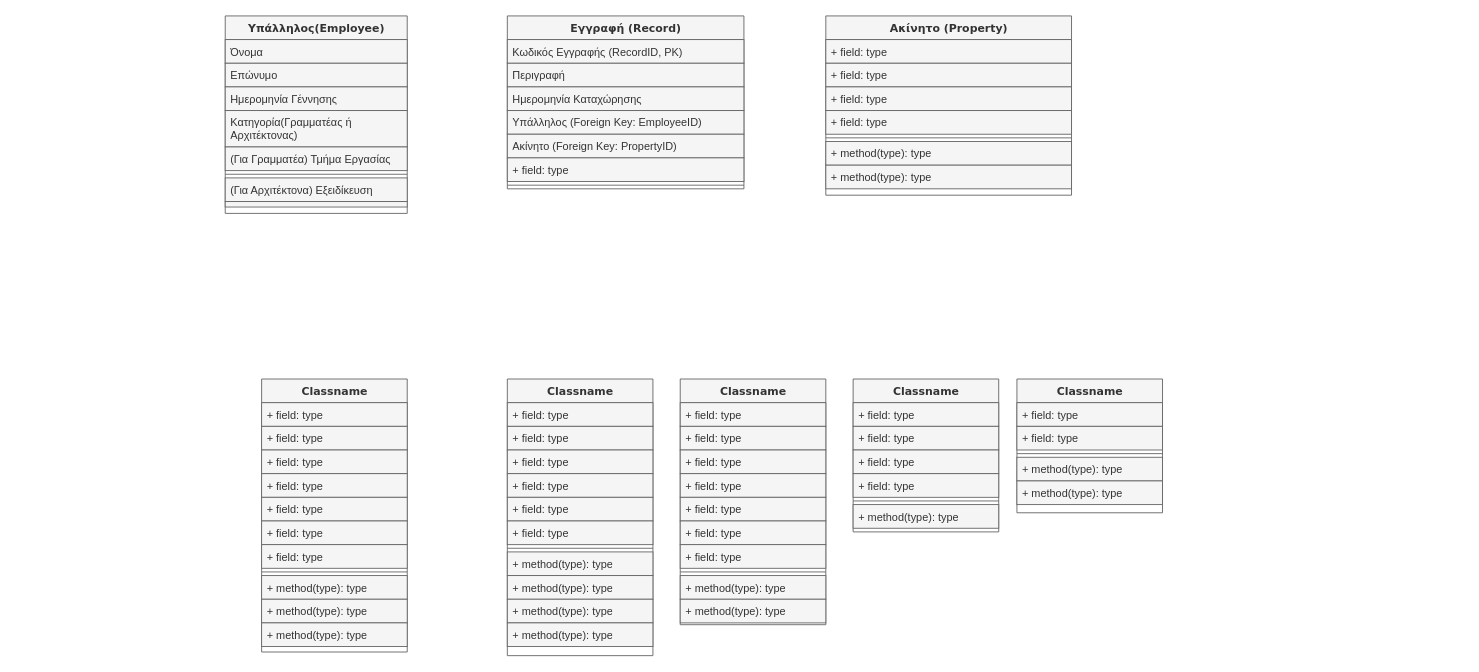
Above: CN5000 – Βάσεις Δεδομένων.drawio in Arxonus/Programms (draw.io), before the change. Source tidied: cells renumbered, new cells numbered last; positions are measured from the earlier drawing's top-left corner, leaving out a move shared by most shapes. Both pictures are drawn from the tidied source at 91%, with x=0, y=0 at pixel (225, 15).
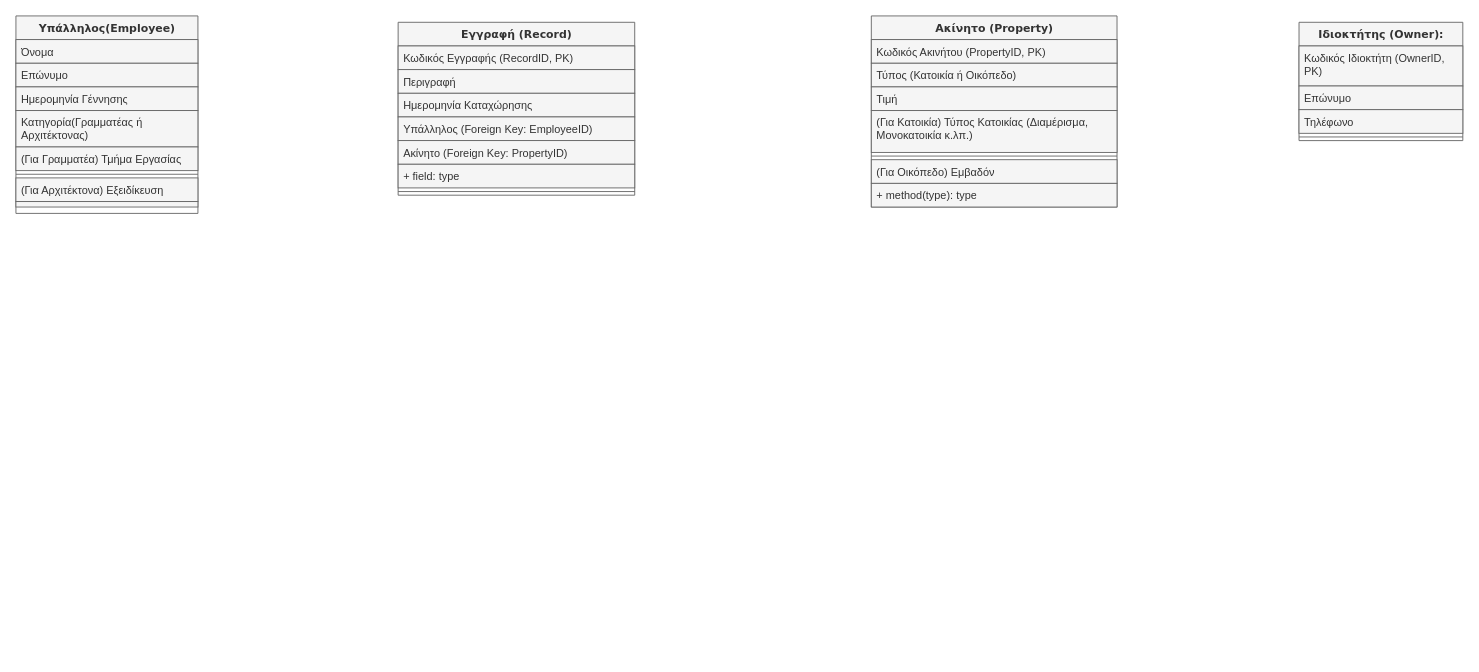
The same diagram, later.

Change to the diagram source:
```diff
@@
     <mxCell id="2" value="Υπάλληλος(Employee)" style="swimlane;html=1;fontStyle=1;align=center;verticalAlign=top;horizontal=1;startSize=26;swimlaneFillColor=#ffffff;rounded=0;shadow=0;comic=0;labelBackgroundColor=none;strokeWidth=1;fillColor=#f5f5f5;fontFamily=Verdana;fontSize=12;fontColor=#333333;strokeColor=#666666;" parent="1" vertex="1">
-      <mxGeometry width="200" height="217" as="geometry" />
+      <mxGeometry x="-230" width="200" height="217" as="geometry" />
     </mxCell>
@@
     <mxCell id="11" value="Εγγραφή (Record)" style="swimlane;html=1;fontStyle=1;align=center;verticalAlign=top;horizontal=1;startSize=26;swimlaneFillColor=#ffffff;rounded=0;shadow=0;comic=0;labelBackgroundColor=none;strokeWidth=1;fillColor=#f5f5f5;fontFamily=Verdana;fontSize=12;fontColor=#333333;strokeColor=#666666;" parent="1" vertex="1">
-      <mxGeometry x="310" width="260" height="190" as="geometry" />
+      <mxGeometry x="190" y="7" width="260" height="190" as="geometry" />
     </mxCell>
@@
     <mxCell id="19" value="Ακίνητο (Property)" style="swimlane;html=1;fontStyle=1;align=center;verticalAlign=top;horizontal=1;startSize=26;swimlaneFillColor=#ffffff;rounded=0;shadow=0;comic=0;labelBackgroundColor=none;strokeWidth=1;fillColor=#f5f5f5;fontFamily=Verdana;fontSize=12;fontColor=#333333;strokeColor=#666666;" parent="1" vertex="1">
-      <mxGeometry x="660" width="270" height="197" as="geometry" />
+      <mxGeometry x="710" width="270" height="210" as="geometry" />
     </mxCell>
-    <mxCell id="20" value="+ field: type" style="text;html=1;strokeColor=#666666;fillColor=#f5f5f5;align=left;verticalAlign=top;spacingLeft=4;spacingRight=4;whiteSpace=wrap;overflow=hidden;fontColor=#333333;" parent="19" vertex="1">
+    <mxCell id="20" value="Κωδικός Ακινήτου (PropertyID, PK)" style="text;html=1;strokeColor=#666666;fillColor=#f5f5f5;align=left;verticalAlign=top;spacingLeft=4;spacingRight=4;whiteSpace=wrap;overflow=hidden;fontColor=#333333;" parent="19" vertex="1">
       <mxGeometry y="26" width="270" height="26" as="geometry" />
     </mxCell>
-    <mxCell id="21" value="+ field: type" style="text;html=1;strokeColor=#666666;fillColor=#f5f5f5;align=left;verticalAlign=top;spacingLeft=4;spacingRight=4;whiteSpace=wrap;overflow=hidden;fontColor=#333333;" parent="19" vertex="1">
+    <mxCell id="21" value="Τύπος (Κατοικία ή Οικόπεδο)" style="text;html=1;strokeColor=#666666;fillColor=#f5f5f5;align=left;verticalAlign=top;spacingLeft=4;spacingRight=4;whiteSpace=wrap;overflow=hidden;fontColor=#333333;" parent="19" vertex="1">
       <mxGeometry y="52" width="270" height="26" as="geometry" />
     </mxCell>
-    <mxCell id="22" value="+ field: type" style="text;html=1;strokeColor=#666666;fillColor=#f5f5f5;align=left;verticalAlign=top;spacingLeft=4;spacingRight=4;whiteSpace=wrap;overflow=hidden;fontColor=#333333;" parent="19" vertex="1">
+    <mxCell id="22" value="Τιμή" style="text;html=1;strokeColor=#666666;fillColor=#f5f5f5;align=left;verticalAlign=top;spacingLeft=4;spacingRight=4;whiteSpace=wrap;overflow=hidden;fontColor=#333333;" parent="19" vertex="1">
       <mxGeometry y="78" width="270" height="26" as="geometry" />
     </mxCell>
-    <mxCell id="23" value="+ field: type" style="text;html=1;strokeColor=#666666;fillColor=#f5f5f5;align=left;verticalAlign=top;spacingLeft=4;spacingRight=4;whiteSpace=wrap;overflow=hidden;fontColor=#333333;" parent="19" vertex="1">
-      <mxGeometry y="104" width="270" height="26" as="geometry" />
+    <mxCell id="23" value="(Για Κατοικία) Τύπος Κατοικίας (Διαμέρισμα, Μονοκατοικία κ.λπ.)" style="text;html=1;strokeColor=#666666;fillColor=#f5f5f5;align=left;verticalAlign=top;spacingLeft=4;spacingRight=4;whiteSpace=wrap;overflow=hidden;fontColor=#333333;" parent="19" vertex="1">
+      <mxGeometry y="104" width="270" height="46" as="geometry" />
     </mxCell>
     <mxCell id="24" style="line;html=1;strokeWidth=1;fillColor=#f5f5f5;align=left;verticalAlign=middle;spacingTop=-1;spacingLeft=3;spacingRight=3;labelPosition=right;fontColor=#333333;strokeColor=#666666;" parent="19" vertex="1">
-      <mxGeometry y="130" width="270" height="8" as="geometry" />
+      <mxGeometry y="150" width="270" height="8" as="geometry" />
     </mxCell>
-    <mxCell id="25" value="+ method(type): type" style="text;html=1;strokeColor=#666666;fillColor=#f5f5f5;align=left;verticalAlign=top;spacingLeft=4;spacingRight=4;whiteSpace=wrap;overflow=hidden;fontColor=#333333;" parent="19" vertex="1">
-      <mxGeometry y="138" width="270" height="26" as="geometry" />
+    <mxCell id="25" value="(Για Οικόπεδο) Εμβαδόν" style="text;html=1;strokeColor=#666666;fillColor=#f5f5f5;align=left;verticalAlign=top;spacingLeft=4;spacingRight=4;whiteSpace=wrap;overflow=hidden;fontColor=#333333;" parent="19" vertex="1">
+      <mxGeometry y="158" width="270" height="26" as="geometry" />
     </mxCell>
     <mxCell id="26" value="+ method(type): type" style="text;html=1;strokeColor=#666666;fillColor=#f5f5f5;align=left;verticalAlign=top;spacingLeft=4;spacingRight=4;whiteSpace=wrap;overflow=hidden;fontColor=#333333;" parent="19" vertex="1">
-      <mxGeometry y="164" width="270" height="26" as="geometry" />
+      <mxGeometry y="184" width="270" height="26" as="geometry" />
     </mxCell>
-    <mxCell id="27" value="Classname" style="swimlane;html=1;fontStyle=1;align=center;verticalAlign=top;horizontal=1;startSize=26;swimlaneFillColor=#ffffff;rounded=0;shadow=0;comic=0;labelBackgroundColor=none;strokeWidth=1;fillColor=#f5f5f5;fontFamily=Verdana;fontSize=12;fontColor=#333333;strokeColor=#666666;" parent="1" vertex="1">
-      <mxGeometry x="40" y="399" width="160" height="300" as="geometry" />
+    <mxCell id="27" value="Ιδιοκτήτης (Owner):" style="swimlane;html=1;fontStyle=1;align=center;verticalAlign=top;horizontal=1;startSize=26;swimlaneFillColor=#ffffff;rounded=0;shadow=0;comic=0;labelBackgroundColor=none;strokeWidth=1;fillColor=#f5f5f5;fontFamily=Verdana;fontSize=12;fontColor=#333333;strokeColor=#666666;" parent="1" vertex="1">
+      <mxGeometry x="1180" y="7" width="180" height="130" as="geometry" />
     </mxCell>
-    <mxCell id="28" value="+ field: type" style="text;html=1;strokeColor=#666666;fillColor=#f5f5f5;align=left;verticalAlign=top;spacingLeft=4;spacingRight=4;whiteSpace=wrap;overflow=hidden;fontColor=#333333;" parent="27" vertex="1">
-      <mxGeometry y="26" width="160" height="26" as="geometry" />
+    <mxCell id="28" value="Κωδικός Ιδιοκτήτη (OwnerID, PK)" style="text;html=1;strokeColor=#666666;fillColor=#f5f5f5;align=left;verticalAlign=top;spacingLeft=4;spacingRight=4;whiteSpace=wrap;overflow=hidden;fontColor=#333333;" parent="27" vertex="1">
+      <mxGeometry y="26" width="180" height="44" as="geometry" />
     </mxCell>
-    <mxCell id="29" value="+ field: type" style="text;html=1;strokeColor=#666666;fillColor=#f5f5f5;align=left;verticalAlign=top;spacingLeft=4;spacingRight=4;whiteSpace=wrap;overflow=hidden;fontColor=#333333;" parent="27" vertex="1">
-      <mxGeometry y="52" width="160" height="26" as="geometry" />
+    <mxCell id="29" value="Επώνυμο" style="text;html=1;strokeColor=#666666;fillColor=#f5f5f5;align=left;verticalAlign=top;spacingLeft=4;spacingRight=4;whiteSpace=wrap;overflow=hidden;fontColor=#333333;" parent="27" vertex="1">
+      <mxGeometry y="70" width="180" height="26" as="geometry" />
     </mxCell>
-    <mxCell id="30" value="+ field: type" style="text;html=1;strokeColor=#666666;fillColor=#f5f5f5;align=left;verticalAlign=top;spacingLeft=4;spacingRight=4;whiteSpace=wrap;overflow=hidden;fontColor=#333333;" parent="27" vertex="1">
-      <mxGeometry y="78" width="160" height="26" as="geometry" />
+    <mxCell id="30" value="Τηλέφωνο" style="text;html=1;strokeColor=#666666;fillColor=#f5f5f5;align=left;verticalAlign=top;spacingLeft=4;spacingRight=4;whiteSpace=wrap;overflow=hidden;fontColor=#333333;" parent="27" vertex="1">
+      <mxGeometry y="96" width="180" height="26" as="geometry" />
     </mxCell>
-    <mxCell id="31" value="+ field: type" style="text;html=1;strokeColor=#666666;fillColor=#f5f5f5;align=left;verticalAlign=top;spacingLeft=4;spacingRight=4;whiteSpace=wrap;overflow=hidden;fontColor=#333333;" parent="27" vertex="1">
-      <mxGeometry y="104" width="160" height="26" as="geometry" />
-    </mxCell>
-    <mxCell id="32" value="+ field: type" style="text;html=1;strokeColor=#666666;fillColor=#f5f5f5;align=left;verticalAlign=top;spacingLeft=4;spacingRight=4;whiteSpace=wrap;overflow=hidden;fontColor=#333333;" parent="27" vertex="1">
-      <mxGeometry y="130" width="160" height="26" as="geometry" />
-    </mxCell>
-    <mxCell id="33" value="+ field: type" style="text;html=1;strokeColor=#666666;fillColor=#f5f5f5;align=left;verticalAlign=top;spacingLeft=4;spacingRight=4;whiteSpace=wrap;overflow=hidden;fontColor=#333333;" parent="27" vertex="1">
-      <mxGeometry y="156" width="160" height="26" as="geometry" />
-    </mxCell>
-    <mxCell id="34" value="+ field: type" style="text;html=1;strokeColor=#666666;fillColor=#f5f5f5;align=left;verticalAlign=top;spacingLeft=4;spacingRight=4;whiteSpace=wrap;overflow=hidden;fontColor=#333333;" parent="27" vertex="1">
-      <mxGeometry y="182" width="160" height="26" as="geometry" />
-    </mxCell>
     <mxCell id="35" style="line;html=1;strokeWidth=1;fillColor=#f5f5f5;align=left;verticalAlign=middle;spacingTop=-1;spacingLeft=3;spacingRight=3;labelPosition=right;fontColor=#333333;strokeColor=#666666;" parent="27" vertex="1">
-      <mxGeometry y="208" width="160" height="8" as="geometry" />
+      <mxGeometry y="122" width="180" height="8" as="geometry" />
     </mxCell>
-    <mxCell id="36" value="+ method(type): type" style="text;html=1;strokeColor=#666666;fillColor=#f5f5f5;align=left;verticalAlign=top;spacingLeft=4;spacingRight=4;whiteSpace=wrap;overflow=hidden;fontColor=#333333;" parent="27" vertex="1">
-      <mxGeometry y="216" width="160" height="26" as="geometry" />
-    </mxCell>
-    <mxCell id="37" value="+ method(type): type" style="text;html=1;strokeColor=#666666;fillColor=#f5f5f5;align=left;verticalAlign=top;spacingLeft=4;spacingRight=4;whiteSpace=wrap;overflow=hidden;fontColor=#333333;" parent="27" vertex="1">
-      <mxGeometry y="242" width="160" height="26" as="geometry" />
-    </mxCell>
-    <mxCell id="38" value="+ method(type): type" style="text;html=1;strokeColor=#666666;fillColor=#f5f5f5;align=left;verticalAlign=top;spacingLeft=4;spacingRight=4;whiteSpace=wrap;overflow=hidden;fontColor=#333333;" parent="27" vertex="1">
-      <mxGeometry y="268" width="160" height="26" as="geometry" />
-    </mxCell>
-    <mxCell id="39" value="Classname" style="swimlane;html=1;fontStyle=1;align=center;verticalAlign=top;horizontal=1;startSize=26;swimlaneFillColor=#ffffff;rounded=0;shadow=0;comic=0;labelBackgroundColor=none;strokeWidth=1;fillColor=#f5f5f5;fontFamily=Verdana;fontSize=12;fontColor=#333333;strokeColor=#666666;" parent="1" vertex="1">
-      <mxGeometry x="310" y="399" width="160" height="304" as="geometry" />
-    </mxCell>
-    <mxCell id="40" value="+ field: type" style="text;html=1;strokeColor=#666666;fillColor=#f5f5f5;align=left;verticalAlign=top;spacingLeft=4;spacingRight=4;whiteSpace=wrap;overflow=hidden;fontColor=#333333;" parent="39" vertex="1">
-      <mxGeometry y="26" width="160" height="26" as="geometry" />
-    </mxCell>
-    <mxCell id="41" value="+ field: type" style="text;html=1;strokeColor=#666666;fillColor=#f5f5f5;align=left;verticalAlign=top;spacingLeft=4;spacingRight=4;whiteSpace=wrap;overflow=hidden;fontColor=#333333;" parent="39" vertex="1">
-      <mxGeometry y="52" width="160" height="26" as="geometry" />
-    </mxCell>
-    <mxCell id="42" value="+ field: type" style="text;html=1;strokeColor=#666666;fillColor=#f5f5f5;align=left;verticalAlign=top;spacingLeft=4;spacingRight=4;whiteSpace=wrap;overflow=hidden;fontColor=#333333;" parent="39" vertex="1">
-      <mxGeometry y="78" width="160" height="26" as="geometry" />
-    </mxCell>
-    <mxCell id="43" value="+ field: type" style="text;html=1;strokeColor=#666666;fillColor=#f5f5f5;align=left;verticalAlign=top;spacingLeft=4;spacingRight=4;whiteSpace=wrap;overflow=hidden;fontColor=#333333;" parent="39" vertex="1">
-      <mxGeometry y="104" width="160" height="26" as="geometry" />
-    </mxCell>
-    <mxCell id="44" value="+ field: type" style="text;html=1;strokeColor=#666666;fillColor=#f5f5f5;align=left;verticalAlign=top;spacingLeft=4;spacingRight=4;whiteSpace=wrap;overflow=hidden;fontColor=#333333;" parent="39" vertex="1">
-      <mxGeometry y="130" width="160" height="26" as="geometry" />
-    </mxCell>
-    <mxCell id="45" value="+ field: type" style="text;html=1;strokeColor=#666666;fillColor=#f5f5f5;align=left;verticalAlign=top;spacingLeft=4;spacingRight=4;whiteSpace=wrap;overflow=hidden;fontColor=#333333;" parent="39" vertex="1">
-      <mxGeometry y="156" width="160" height="26" as="geometry" />
-    </mxCell>
-    <mxCell id="46" style="line;html=1;strokeWidth=1;fillColor=#f5f5f5;align=left;verticalAlign=middle;spacingTop=-1;spacingLeft=3;spacingRight=3;labelPosition=right;fontColor=#333333;strokeColor=#666666;" parent="39" vertex="1">
-      <mxGeometry y="182" width="160" height="8" as="geometry" />
-    </mxCell>
-    <mxCell id="47" value="+ method(type): type" style="text;html=1;strokeColor=#666666;fillColor=#f5f5f5;align=left;verticalAlign=top;spacingLeft=4;spacingRight=4;whiteSpace=wrap;overflow=hidden;fontColor=#333333;" parent="39" vertex="1">
-      <mxGeometry y="190" width="160" height="26" as="geometry" />
-    </mxCell>
-    <mxCell id="48" value="+ method(type): type" style="text;html=1;strokeColor=#666666;fillColor=#f5f5f5;align=left;verticalAlign=top;spacingLeft=4;spacingRight=4;whiteSpace=wrap;overflow=hidden;fontColor=#333333;" parent="39" vertex="1">
-      <mxGeometry y="216" width="160" height="26" as="geometry" />
-    </mxCell>
-    <mxCell id="49" value="+ method(type): type" style="text;html=1;strokeColor=#666666;fillColor=#f5f5f5;align=left;verticalAlign=top;spacingLeft=4;spacingRight=4;whiteSpace=wrap;overflow=hidden;fontColor=#333333;" parent="39" vertex="1">
-      <mxGeometry y="242" width="160" height="26" as="geometry" />
-    </mxCell>
-    <mxCell id="50" value="+ method(type): type" style="text;html=1;strokeColor=#666666;fillColor=#f5f5f5;align=left;verticalAlign=top;spacingLeft=4;spacingRight=4;whiteSpace=wrap;overflow=hidden;fontColor=#333333;" parent="39" vertex="1">
-      <mxGeometry y="268" width="160" height="26" as="geometry" />
-    </mxCell>
-    <mxCell id="51" value="Classname" style="swimlane;html=1;fontStyle=1;align=center;verticalAlign=top;horizontal=1;startSize=26;swimlaneFillColor=#ffffff;rounded=0;shadow=0;comic=0;labelBackgroundColor=none;strokeWidth=1;fillColor=#f5f5f5;fontFamily=Verdana;fontSize=12;fontColor=#333333;strokeColor=#666666;" parent="1" vertex="1">
-      <mxGeometry x="500" y="399" width="160" height="270" as="geometry" />
-    </mxCell>
-    <mxCell id="52" value="+ field: type" style="text;html=1;strokeColor=#666666;fillColor=#f5f5f5;align=left;verticalAlign=top;spacingLeft=4;spacingRight=4;whiteSpace=wrap;overflow=hidden;fontColor=#333333;" parent="51" vertex="1">
-      <mxGeometry y="26" width="160" height="26" as="geometry" />
-    </mxCell>
-    <mxCell id="53" value="+ field: type" style="text;html=1;strokeColor=#666666;fillColor=#f5f5f5;align=left;verticalAlign=top;spacingLeft=4;spacingRight=4;whiteSpace=wrap;overflow=hidden;fontColor=#333333;" parent="51" vertex="1">
-      <mxGeometry y="52" width="160" height="26" as="geometry" />
-    </mxCell>
-    <mxCell id="54" value="+ field: type" style="text;html=1;strokeColor=#666666;fillColor=#f5f5f5;align=left;verticalAlign=top;spacingLeft=4;spacingRight=4;whiteSpace=wrap;overflow=hidden;fontColor=#333333;" parent="51" vertex="1">
-      <mxGeometry y="78" width="160" height="26" as="geometry" />
-    </mxCell>
-    <mxCell id="55" value="+ field: type" style="text;html=1;strokeColor=#666666;fillColor=#f5f5f5;align=left;verticalAlign=top;spacingLeft=4;spacingRight=4;whiteSpace=wrap;overflow=hidden;fontColor=#333333;" parent="51" vertex="1">
-      <mxGeometry y="104" width="160" height="26" as="geometry" />
-    </mxCell>
-    <mxCell id="56" value="+ field: type" style="text;html=1;strokeColor=#666666;fillColor=#f5f5f5;align=left;verticalAlign=top;spacingLeft=4;spacingRight=4;whiteSpace=wrap;overflow=hidden;fontColor=#333333;" parent="51" vertex="1">
-      <mxGeometry y="130" width="160" height="26" as="geometry" />
-    </mxCell>
-    <mxCell id="57" value="+ field: type" style="text;html=1;strokeColor=#666666;fillColor=#f5f5f5;align=left;verticalAlign=top;spacingLeft=4;spacingRight=4;whiteSpace=wrap;overflow=hidden;fontColor=#333333;" parent="51" vertex="1">
-      <mxGeometry y="156" width="160" height="26" as="geometry" />
-    </mxCell>
-    <mxCell id="58" value="+ field: type" style="text;html=1;strokeColor=#666666;fillColor=#f5f5f5;align=left;verticalAlign=top;spacingLeft=4;spacingRight=4;whiteSpace=wrap;overflow=hidden;fontColor=#333333;" parent="51" vertex="1">
-      <mxGeometry y="182" width="160" height="26" as="geometry" />
-    </mxCell>
-    <mxCell id="59" style="line;html=1;strokeWidth=1;fillColor=#f5f5f5;align=left;verticalAlign=middle;spacingTop=-1;spacingLeft=3;spacingRight=3;labelPosition=right;fontColor=#333333;strokeColor=#666666;" parent="51" vertex="1">
-      <mxGeometry y="208" width="160" height="8" as="geometry" />
-    </mxCell>
-    <mxCell id="60" value="+ method(type): type" style="text;html=1;strokeColor=#666666;fillColor=#f5f5f5;align=left;verticalAlign=top;spacingLeft=4;spacingRight=4;whiteSpace=wrap;overflow=hidden;fontColor=#333333;" parent="51" vertex="1">
-      <mxGeometry y="216" width="160" height="26" as="geometry" />
-    </mxCell>
-    <mxCell id="61" value="+ method(type): type" style="text;html=1;strokeColor=#666666;fillColor=#f5f5f5;align=left;verticalAlign=top;spacingLeft=4;spacingRight=4;whiteSpace=wrap;overflow=hidden;fontColor=#333333;" parent="51" vertex="1">
-      <mxGeometry y="242" width="160" height="26" as="geometry" />
-    </mxCell>
-    <mxCell id="62" value="Classname" style="swimlane;html=1;fontStyle=1;align=center;verticalAlign=top;horizontal=1;startSize=26;swimlaneFillColor=#ffffff;rounded=0;shadow=0;comic=0;labelBackgroundColor=none;strokeWidth=1;fillColor=#f5f5f5;fontFamily=Verdana;fontSize=12;fontColor=#333333;strokeColor=#666666;" parent="1" vertex="1">
-      <mxGeometry x="690" y="399" width="160" height="168" as="geometry" />
-    </mxCell>
-    <mxCell id="63" value="+ field: type" style="text;html=1;strokeColor=#666666;fillColor=#f5f5f5;align=left;verticalAlign=top;spacingLeft=4;spacingRight=4;whiteSpace=wrap;overflow=hidden;fontColor=#333333;" parent="62" vertex="1">
-      <mxGeometry y="26" width="160" height="26" as="geometry" />
-    </mxCell>
-    <mxCell id="64" value="+ field: type" style="text;html=1;strokeColor=#666666;fillColor=#f5f5f5;align=left;verticalAlign=top;spacingLeft=4;spacingRight=4;whiteSpace=wrap;overflow=hidden;fontColor=#333333;" parent="62" vertex="1">
-      <mxGeometry y="52" width="160" height="26" as="geometry" />
-    </mxCell>
-    <mxCell id="65" value="+ field: type" style="text;html=1;strokeColor=#666666;fillColor=#f5f5f5;align=left;verticalAlign=top;spacingLeft=4;spacingRight=4;whiteSpace=wrap;overflow=hidden;fontColor=#333333;" parent="62" vertex="1">
-      <mxGeometry y="78" width="160" height="26" as="geometry" />
-    </mxCell>
-    <mxCell id="66" value="+ field: type" style="text;html=1;strokeColor=#666666;fillColor=#f5f5f5;align=left;verticalAlign=top;spacingLeft=4;spacingRight=4;whiteSpace=wrap;overflow=hidden;fontColor=#333333;" parent="62" vertex="1">
-      <mxGeometry y="104" width="160" height="26" as="geometry" />
-    </mxCell>
-    <mxCell id="67" style="line;html=1;strokeWidth=1;fillColor=#f5f5f5;align=left;verticalAlign=middle;spacingTop=-1;spacingLeft=3;spacingRight=3;labelPosition=right;fontColor=#333333;strokeColor=#666666;" parent="62" vertex="1">
-      <mxGeometry y="130" width="160" height="8" as="geometry" />
-    </mxCell>
-    <mxCell id="68" value="+ method(type): type" style="text;html=1;strokeColor=#666666;fillColor=#f5f5f5;align=left;verticalAlign=top;spacingLeft=4;spacingRight=4;whiteSpace=wrap;overflow=hidden;fontColor=#333333;" parent="62" vertex="1">
-      <mxGeometry y="138" width="160" height="26" as="geometry" />
-    </mxCell>
-    <mxCell id="69" value="Classname" style="swimlane;html=1;fontStyle=1;align=center;verticalAlign=top;horizontal=1;startSize=26;swimlaneFillColor=#ffffff;rounded=0;shadow=0;comic=0;labelBackgroundColor=none;strokeWidth=1;fillColor=#f5f5f5;fontFamily=Verdana;fontSize=12;fontColor=#333333;strokeColor=#666666;" parent="1" vertex="1">
-      <mxGeometry x="870" y="399" width="160" height="147" as="geometry" />
-    </mxCell>
-    <mxCell id="70" value="+ field: type" style="text;html=1;strokeColor=#666666;fillColor=#f5f5f5;align=left;verticalAlign=top;spacingLeft=4;spacingRight=4;whiteSpace=wrap;overflow=hidden;fontColor=#333333;" parent="69" vertex="1">
-      <mxGeometry y="26" width="160" height="26" as="geometry" />
-    </mxCell>
-    <mxCell id="71" value="+ field: type" style="text;html=1;strokeColor=#666666;fillColor=#f5f5f5;align=left;verticalAlign=top;spacingLeft=4;spacingRight=4;whiteSpace=wrap;overflow=hidden;fontColor=#333333;" parent="69" vertex="1">
-      <mxGeometry y="52" width="160" height="26" as="geometry" />
-    </mxCell>
-    <mxCell id="72" style="line;html=1;strokeWidth=1;fillColor=#f5f5f5;align=left;verticalAlign=middle;spacingTop=-1;spacingLeft=3;spacingRight=3;labelPosition=right;fontColor=#333333;strokeColor=#666666;" parent="69" vertex="1">
-      <mxGeometry y="78" width="160" height="8" as="geometry" />
-    </mxCell>
-    <mxCell id="73" value="+ method(type): type" style="text;html=1;strokeColor=#666666;fillColor=#f5f5f5;align=left;verticalAlign=top;spacingLeft=4;spacingRight=4;whiteSpace=wrap;overflow=hidden;fontColor=#333333;" parent="69" vertex="1">
-      <mxGeometry y="86" width="160" height="26" as="geometry" />
-    </mxCell>
-    <mxCell id="74" value="+ method(type): type" style="text;html=1;strokeColor=#666666;fillColor=#f5f5f5;align=left;verticalAlign=top;spacingLeft=4;spacingRight=4;whiteSpace=wrap;overflow=hidden;fontColor=#333333;" parent="69" vertex="1">
-      <mxGeometry y="112" width="160" height="26" as="geometry" />
-    </mxCell>
```
